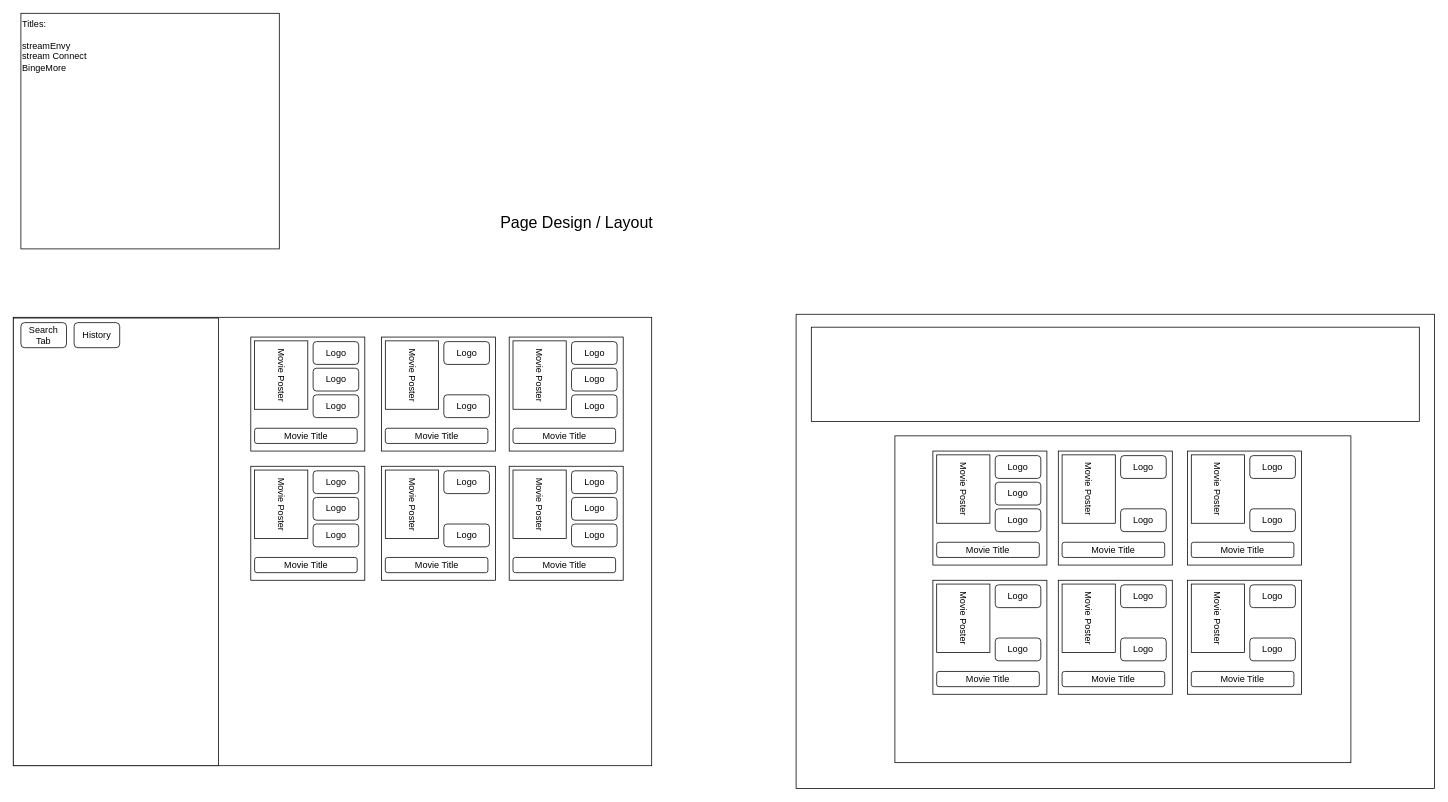
Above: page "Page Layout" (1 of 3) of Stream Connect.drawio in gatorhatur/stream-connect (draw.io), before the change. Source tidied: cells renumbered, new cells numbered last; positions are measured from the earlier drawing's top-left corner, leaving out a move shared by most shapes. Both pictures are drawn from the tidied source at 76%, with x=0, y=0 at pixel (13, 13).
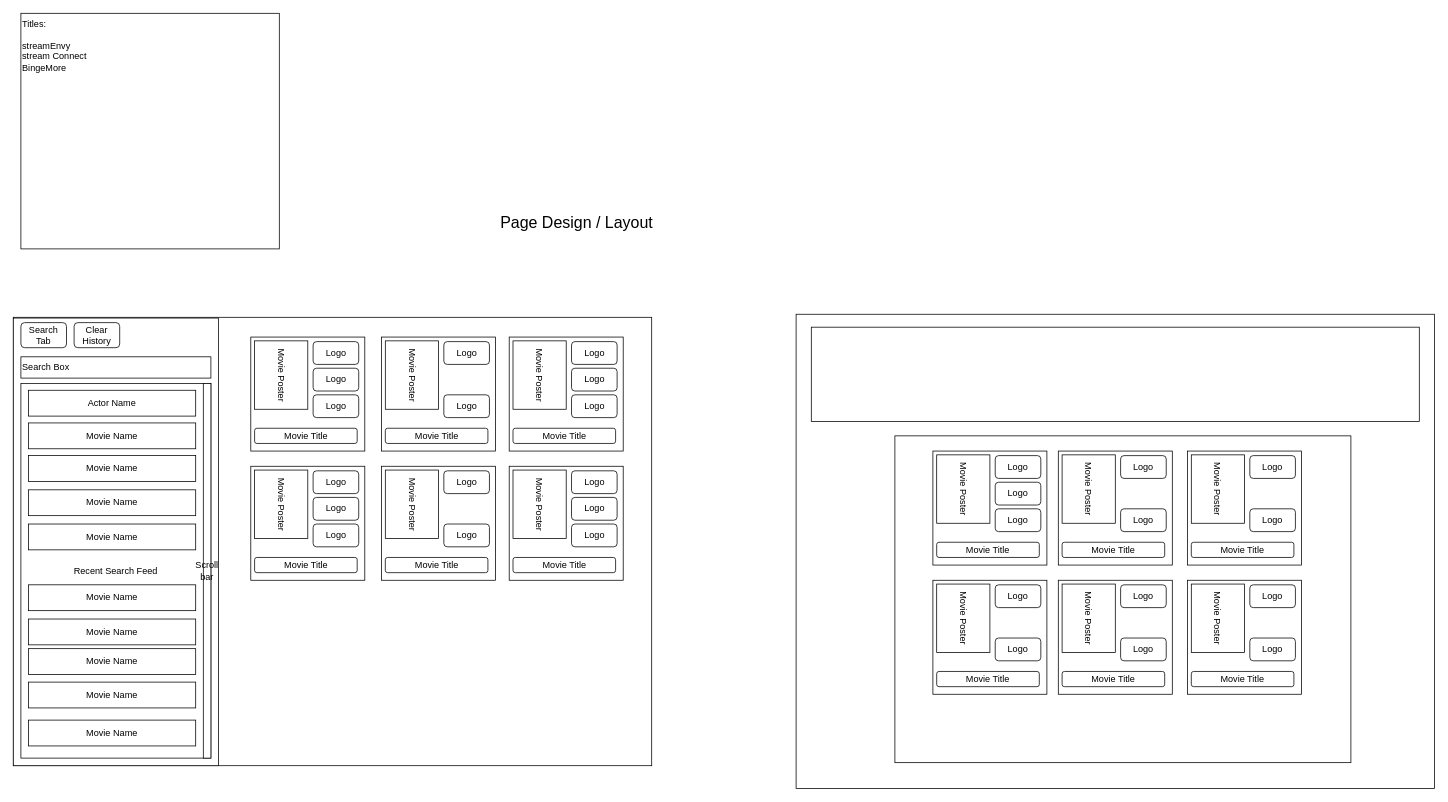
Above is the later version.

Change to the diagram source:
```diff
@@
-    <mxCell id="73" value="History" style="rounded=1;whiteSpace=wrap;html=1;" parent="1" vertex="1">
+    <mxCell id="73" value="Clear History" style="rounded=1;whiteSpace=wrap;html=1;" parent="1" vertex="1">
       <mxGeometry x="80" y="407" width="60" height="33" as="geometry" />
     </mxCell>
@@
+    <mxCell id="76" value="Search Box " style="rounded=0;whiteSpace=wrap;html=1;align=left;" parent="1" vertex="1">
+      <mxGeometry x="10" y="452" width="250" height="28" as="geometry" />
+    </mxCell>
+    <mxCell id="77" value="&lt;div&gt;Recent Search Feed&lt;/div&gt;" style="rounded=0;whiteSpace=wrap;html=1;" parent="1" vertex="1">
+      <mxGeometry x="10" y="487" width="250" height="493" as="geometry" />
+    </mxCell>
+    <mxCell id="78" value="Actor Name" style="rounded=0;whiteSpace=wrap;html=1;" parent="1" vertex="1">
+      <mxGeometry x="20" y="496" width="220" height="34" as="geometry" />
+    </mxCell>
+    <mxCell id="79" value="Movie Name" style="rounded=0;whiteSpace=wrap;html=1;" parent="1" vertex="1">
+      <mxGeometry x="20" y="582" width="220" height="34" as="geometry" />
+    </mxCell>
+    <mxCell id="80" value="Movie Name" style="rounded=0;whiteSpace=wrap;html=1;" parent="1" vertex="1">
+      <mxGeometry x="20" y="539" width="220" height="34" as="geometry" />
+    </mxCell>
+    <mxCell id="81" value="Scroll bar" style="rounded=0;whiteSpace=wrap;html=1;" parent="1" vertex="1">
+      <mxGeometry x="250" y="487" width="10" height="493" as="geometry" />
+    </mxCell>
+    <mxCell id="82" value="Movie Name" style="rounded=0;whiteSpace=wrap;html=1;" parent="1" vertex="1">
+      <mxGeometry x="20" y="627" width="220" height="34" as="geometry" />
+    </mxCell>
+    <mxCell id="83" value="Movie Name" style="rounded=0;whiteSpace=wrap;html=1;" parent="1" vertex="1">
+      <mxGeometry x="20" y="672" width="220" height="34" as="geometry" />
+    </mxCell>
+    <mxCell id="84" value="Movie Name" style="rounded=0;whiteSpace=wrap;html=1;" parent="1" vertex="1">
+      <mxGeometry x="20" y="752" width="220" height="34" as="geometry" />
+    </mxCell>
+    <mxCell id="85" value="Movie Name" style="rounded=0;whiteSpace=wrap;html=1;" parent="1" vertex="1">
+      <mxGeometry x="20" y="797" width="220" height="34" as="geometry" />
+    </mxCell>
+    <mxCell id="86" value="Movie Name" style="rounded=0;whiteSpace=wrap;html=1;" parent="1" vertex="1">
+      <mxGeometry x="20" y="836" width="220" height="34" as="geometry" />
+    </mxCell>
+    <mxCell id="87" value="Movie Name" style="rounded=0;whiteSpace=wrap;html=1;" parent="1" vertex="1">
+      <mxGeometry x="20" y="880" width="220" height="34" as="geometry" />
+    </mxCell>
+    <mxCell id="88" value="Movie Name" style="rounded=0;whiteSpace=wrap;html=1;" parent="1" vertex="1">
+      <mxGeometry x="20" y="930" width="220" height="34" as="geometry" />
+    </mxCell>
```
